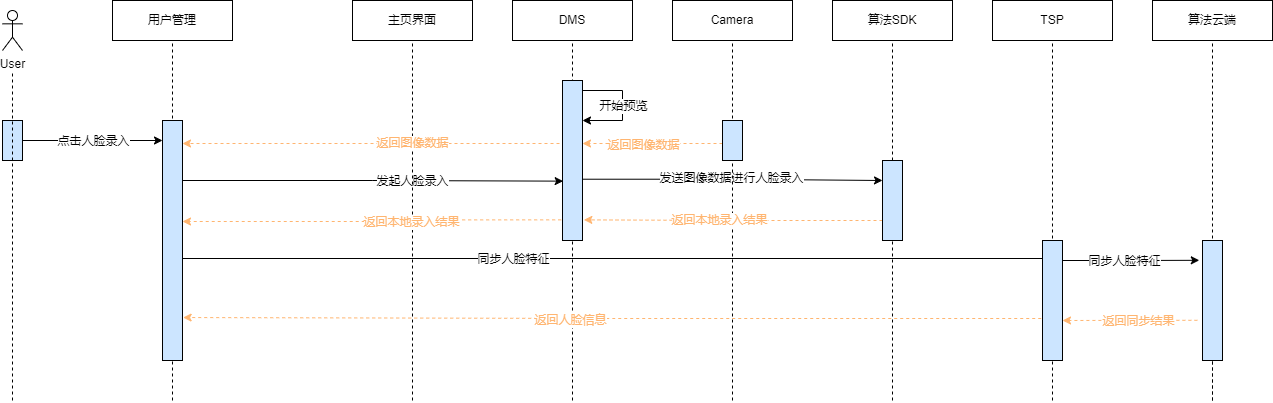
Above: x9hp/人脸录入时序图.png in notigit/Image (draw.io), before the change. Source tidied: cells renumbered, new cells last; positions are measured from the earlier drawing's top-left corner, leaving out a move shared by most shapes.
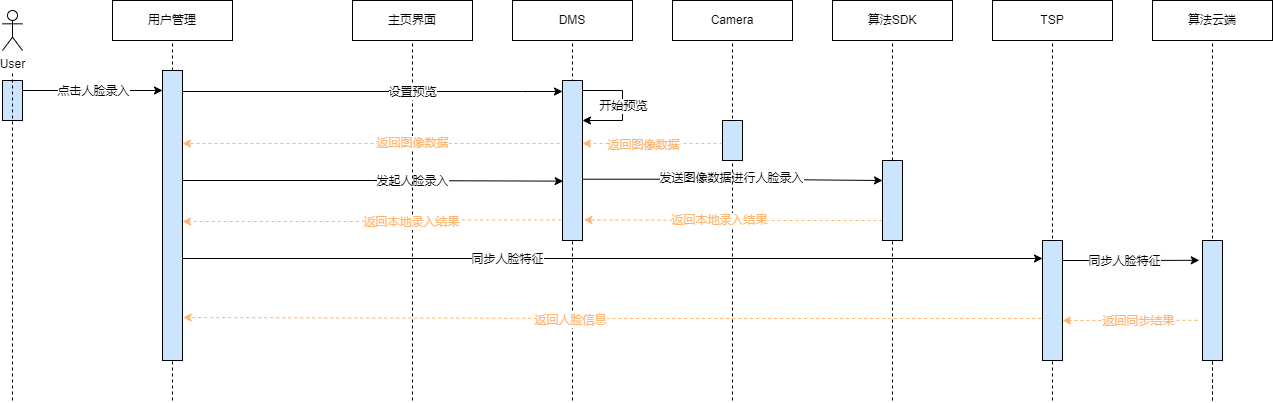
Later version of the same file.

Commit message:
更新人脸录入时序图.png

What changed in the source:
```diff
@@ -12,7 +12,7 @@
       <mxGeometry y="10" width="20" height="40" as="geometry" />
     </mxCell>
     <mxCell id="5" style="rounded=0;whiteSpace=wrap;html=1;fillColor=#CCE5FF;" parent="1" vertex="1">
-      <mxGeometry y="120" width="20" height="40" as="geometry" />
+      <mxGeometry y="80" width="20" height="40" as="geometry" />
     </mxCell>
     <mxCell id="6" style="endArrow=none;dashed=1;html=1;rounded=0;" parent="1" edge="1">
       <mxGeometry relative="1" as="geometry">
@@ -20,13 +20,13 @@
         <mxPoint x="10" y="70" as="targetPoint" />
       </mxGeometry>
     </mxCell>
-    <mxCell id="7" style="endArrow=none;dashed=1;html=1;rounded=0;startArrow=none;entryX=0.5;entryY=1;entryDx=0;entryDy=0;" parent="1" edge="1" target="2">
-      <mxGeometry relative="1" as="geometry">
-        <mxPoint x="170" y="400" as="sourcePoint" />
-      </mxGeometry>
+    <mxCell id="7" style="endArrow=none;dashed=1;html=1;rounded=0;startArrow=none;entryX=0.5;entryY=1;entryDx=0;entryDy=0;" parent="1" edge="1" source="52" target="2">
+      <mxGeometry relative="1" as="geometry" />
     </mxCell>
-    <mxCell id="8" style="edgeStyle=orthogonalEdgeStyle;rounded=0;jettySize=auto;html=1;entryX=0.033;entryY=0.629;entryDx=0;entryDy=0;entryPerimeter=0;fontColor=#FFB570;strokeColor=#000000;exitX=1;exitY=0.25;exitDx=0;exitDy=0;" parent="1" edge="1" source="12" target="28">
-      <mxGeometry relative="1" as="geometry" />
+    <mxCell id="8" style="edgeStyle=orthogonalEdgeStyle;rounded=0;jettySize=auto;html=1;entryX=0.033;entryY=0.629;entryDx=0;entryDy=0;entryPerimeter=0;fontColor=#FFB570;strokeColor=#000000;exitX=1;exitY=0.25;exitDx=0;exitDy=0;" parent="1" edge="1" target="28">
+      <mxGeometry relative="1" as="geometry">
+        <mxPoint x="180" y="180" as="sourcePoint" />
+      </mxGeometry>
     </mxCell>
     <mxCell id="9" value="发起人脸录入" style="edgeLabel;html=1;align=center;verticalAlign=middle;fontColor=#000000;" parent="8" vertex="1">
       <mxGeometry x="-0.09" relative="1" as="geometry">
@@ -36,7 +36,7 @@
     <mxCell id="10" style="edgeStyle=orthogonalEdgeStyle;rounded=0;orthogonalLoop=1;jettySize=auto;html=1;fontColor=#000000;strokeColor=#000000;" parent="1" edge="1">
       <mxGeometry relative="1" as="geometry">
         <mxPoint x="180" y="258" as="sourcePoint" />
-        <mxPoint x="1050" y="258" as="targetPoint" />
+        <mxPoint x="1040" y="258" as="targetPoint" />
       </mxGeometry>
     </mxCell>
     <mxCell id="11" value="同步人脸特征" style="edgeLabel;html=1;align=center;verticalAlign=middle;fontColor=#000000;" parent="10" vertex="1">
@@ -44,9 +44,6 @@
         <mxPoint x="-50" as="offset" />
       </mxGeometry>
     </mxCell>
-    <mxCell id="12" style="rounded=0;whiteSpace=wrap;html=1;fillColor=#CCE5FF;" parent="1" vertex="1">
-      <mxGeometry x="160" y="120" width="20" height="240" as="geometry" />
-    </mxCell>
     <mxCell id="13" style="endArrow=none;dashed=1;html=1;rounded=0;startArrow=none;entryX=0.5;entryY=1;entryDx=0;entryDy=0;" parent="1" edge="1" target="3">
       <mxGeometry relative="1" as="geometry">
         <mxPoint x="1050" y="400" as="sourcePoint" />
@@ -65,9 +62,10 @@
     <mxCell id="16" style="rounded=0;whiteSpace=wrap;html=1;fillColor=#CCE5FF;" parent="1" vertex="1">
       <mxGeometry x="1040" y="240" width="20" height="120" as="geometry" />
     </mxCell>
-    <mxCell id="17" style="endArrow=classic;html=1;rounded=0;exitX=1;exitY=0.5;exitDx=0;exitDy=0;" parent="1" edge="1" source="5">
+    <mxCell id="17" style="endArrow=classic;html=1;rounded=0;" parent="1" edge="1">
       <mxGeometry relative="1" as="geometry">
-        <mxPoint x="160" y="140" as="targetPoint" />
+        <mxPoint x="20" y="90" as="sourcePoint" />
+        <mxPoint x="160" y="90" as="targetPoint" />
       </mxGeometry>
     </mxCell>
     <mxCell id="18" style="edgeLabel;html=1;align=center;verticalAlign=middle;fillColor=#CCE5FF;fontSize=2;" parent="17" vertex="1">
@@ -213,13 +211,37 @@
         <mxPoint x="17" as="offset" />
       </mxGeometry>
     </mxCell>
-    <mxCell id="50" style="edgeStyle=orthogonalEdgeStyle;rounded=0;jettySize=auto;html=1;fontSize=11;dashed=1;fillColor=#FFF2CC;strokeColor=#FFB570;entryX=1.031;entryY=0.821;entryDx=0;entryDy=0;entryPerimeter=0;exitX=-0.064;exitY=0.65;exitDx=0;exitDy=0;exitPerimeter=0;" parent="1" edge="1" source="16" target="12">
-      <mxGeometry relative="1" as="geometry" />
+    <mxCell id="50" style="edgeStyle=orthogonalEdgeStyle;rounded=0;jettySize=auto;html=1;fontSize=11;dashed=1;fillColor=#FFF2CC;strokeColor=#FFB570;entryX=1.031;entryY=0.821;entryDx=0;entryDy=0;entryPerimeter=0;exitX=-0.064;exitY=0.65;exitDx=0;exitDy=0;exitPerimeter=0;" parent="1" edge="1" source="16">
+      <mxGeometry relative="1" as="geometry">
+        <mxPoint x="180.6" y="317" as="targetPoint" />
+      </mxGeometry>
     </mxCell>
     <mxCell id="51" value="返回人脸信息" style="edgeLabel;html=1;align=center;verticalAlign=middle;fontSize=11;fillColor=#FFB570;fontColor=#FFB570;" parent="50" vertex="1">
       <mxGeometry x="-0.16" y="1" relative="1" as="geometry">
         <mxPoint x="-110" as="offset" />
       </mxGeometry>
     </mxCell>
+    <mxCell id="52" style="rounded=0;whiteSpace=wrap;html=1;fillColor=#CCE5FF;" parent="1" vertex="1">
+      <mxGeometry x="160" y="70" width="20" height="290" as="geometry" />
+    </mxCell>
+    <mxCell id="53" style="endArrow=none;dashed=1;html=1;rounded=0;startArrow=none;entryX=0.5;entryY=1;entryDx=0;entryDy=0;" parent="1" edge="1" target="52">
+      <mxGeometry relative="1" as="geometry">
+        <mxPoint x="170" y="400" as="sourcePoint" />
+      </mxGeometry>
+    </mxCell>
+    <mxCell id="54" style="edgeStyle=orthogonalEdgeStyle;rounded=0;orthogonalLoop=1;jettySize=auto;html=1;fontColor=#FFB570;strokeColor=#000000;" parent="1" edge="1">
+      <mxGeometry relative="1" as="geometry">
+        <mxPoint x="180" y="91" as="sourcePoint" />
+        <mxPoint x="560" y="91" as="targetPoint" />
+        <Array as="points">
+          <mxPoint x="520" y="91" />
+        </Array>
+      </mxGeometry>
+    </mxCell>
+    <mxCell id="55" value="设置预览" style="edgeLabel;html=1;align=center;verticalAlign=middle;fontColor=#000000;" parent="54" vertex="1">
+      <mxGeometry x="-0.09" relative="1" as="geometry">
+        <mxPoint x="56" as="offset" />
+      </mxGeometry>
+    </mxCell>
   </root>
 </mxGraphModel>
```
